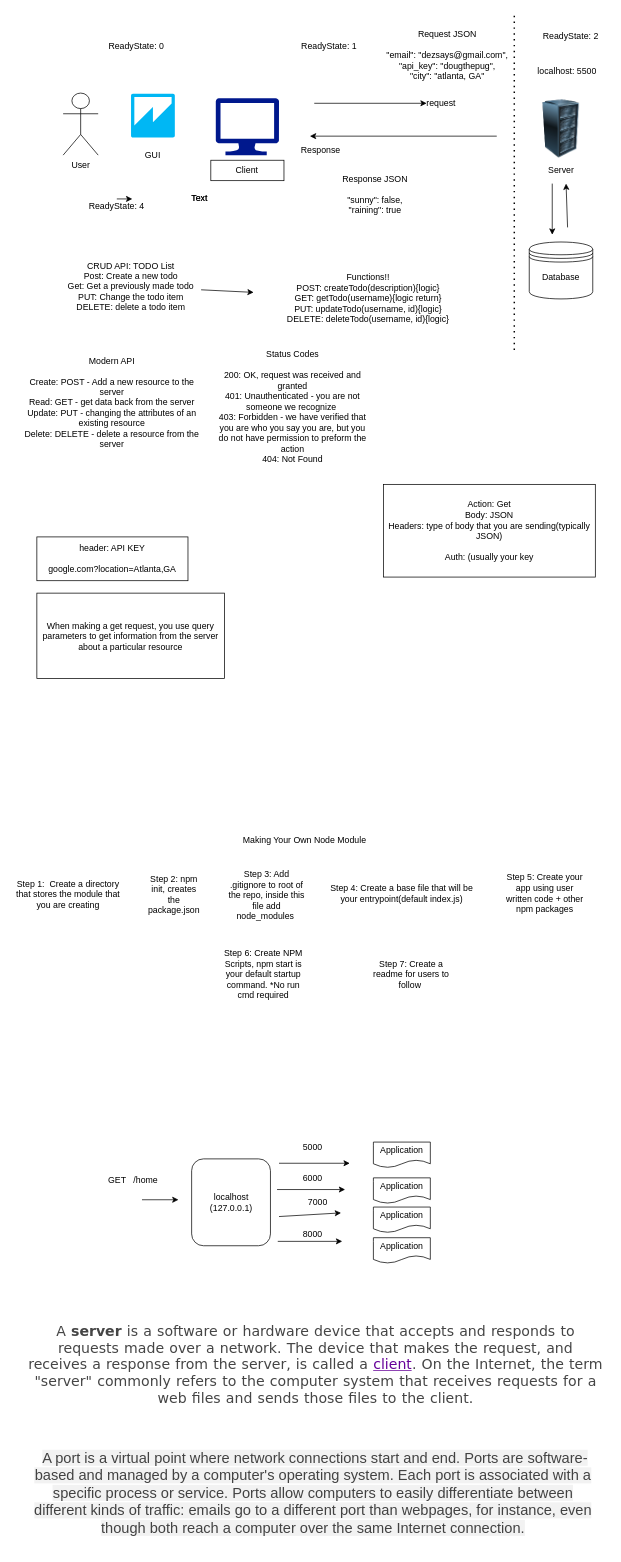
Before: cheatsheets/Server_101.drawio in DezSays/Curriculum, a draw.io diagram. Source tidied: cells renumbered, new cells numbered last; positions are measured from the earlier drawing's top-left corner, leaving out a move shared by most shapes. Both pictures are drawn from the tidied source at 73%, with x=0, y=0 at pixel (12, 13).
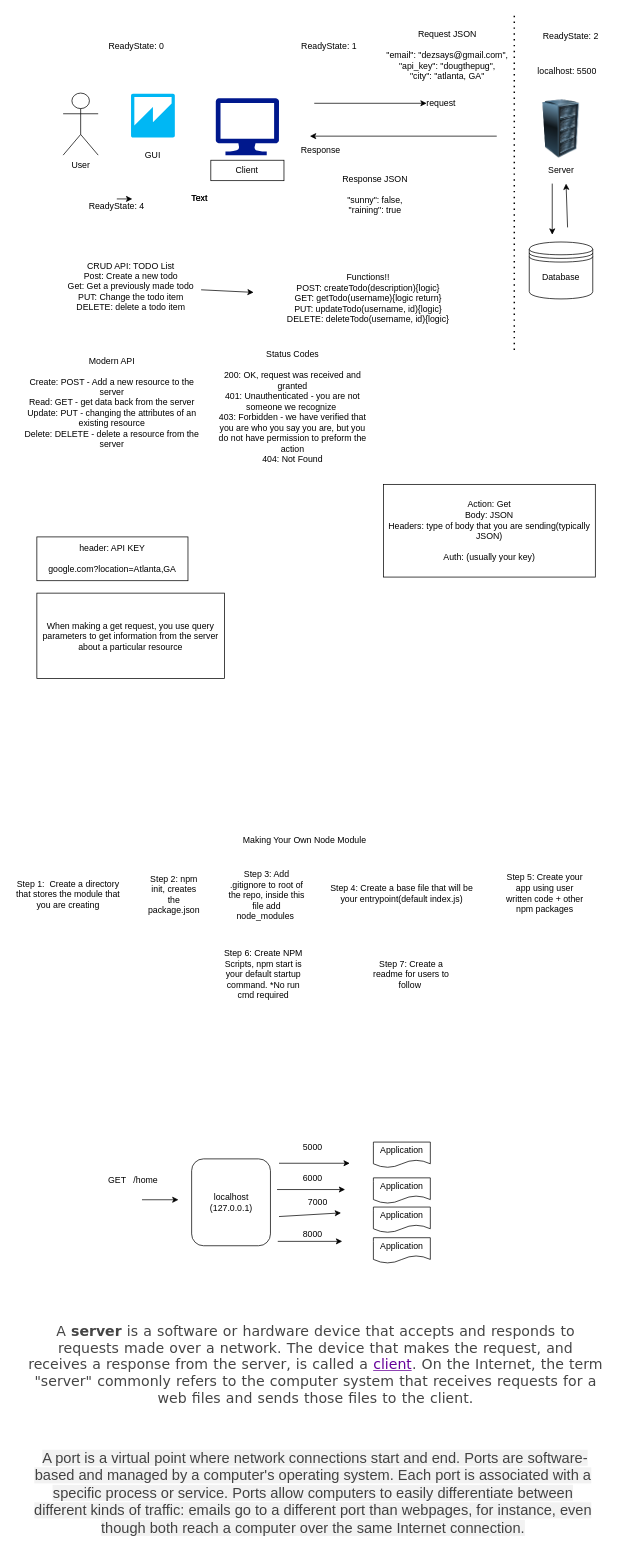
The same diagram, later.

The edit, as a diff of the source:
```diff
@@
-    <mxCell id="25" value="Action: Get&lt;br&gt;Body: JSON&lt;br&gt;Headers: type of body that you are sending(typically JSON)&lt;br&gt;&lt;br&gt;Auth: (usually your key" style="rounded=0;whiteSpace=wrap;html=1;" parent="1" vertex="1">
+    <mxCell id="25" value="Action: Get&lt;br&gt;Body: JSON&lt;br&gt;Headers: type of body that you are sending(typically JSON)&lt;br&gt;&lt;br&gt;Auth: (usually your key)" style="rounded=0;whiteSpace=wrap;html=1;" parent="1" vertex="1">
       <mxGeometry x="508" y="645" width="290" height="127" as="geometry" />
     </mxCell>
```
